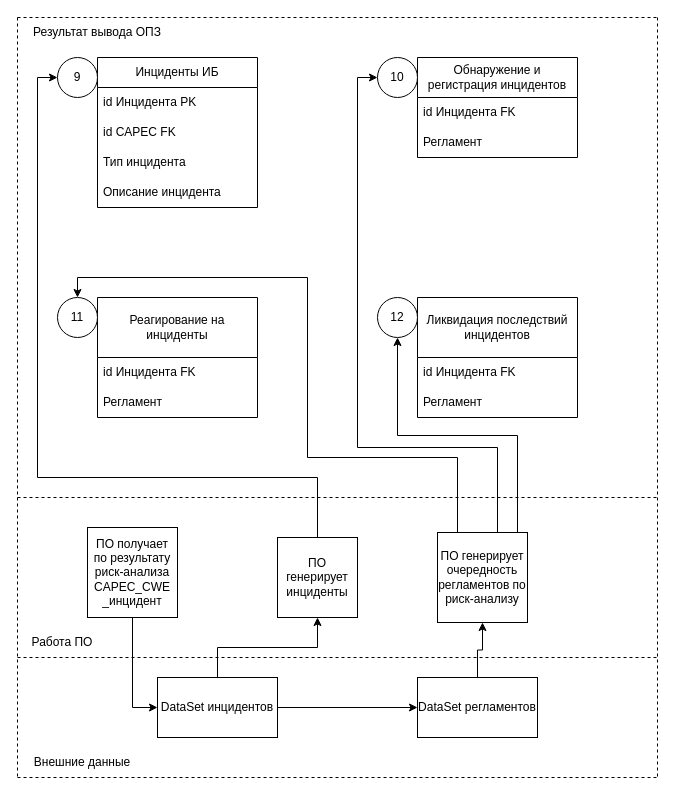
Earlier version of the draw.io diagram New_Shema_OPZ/(Обновленная схема ОПЗ) Частные регламенты.drawio (SmirnovBogdan8/Diplom). Source tidied: cells renumbered, new cells numbered last; positions are measured from the earlier drawing's top-left corner, leaving out a move shared by most shapes. Both pictures are drawn from the tidied source at 100%, with x=0, y=0 at pixel (17, 17).
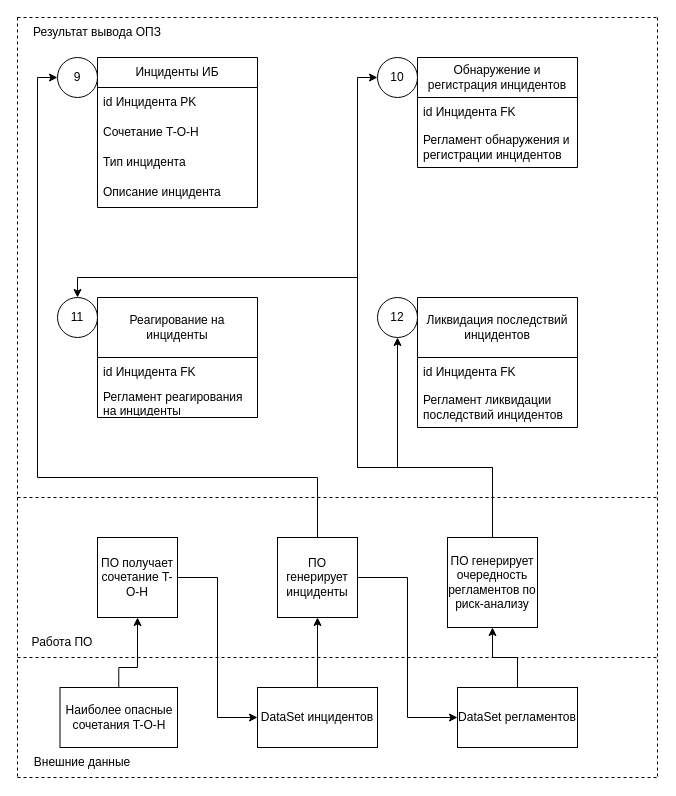
The same page after the edit.

The change refers to these unchanged cells:
```xml
<mxCell id="9" value="Инциденты ИБ" style="swimlane;fontStyle=0;horizontal=1;startSize=30;whiteSpace=wrap;html=1;" parent="1" vertex="1">
  <mxGeometry x="80" y="40" width="160" height="150" as="geometry" />
</mxCell>
<mxCell id="14" value="Реагирование на инциденты" style="swimlane;fontStyle=0;horizontal=1;startSize=60;whiteSpace=wrap;html=1;" parent="1" vertex="1">
  <mxGeometry x="80" y="280" width="160" height="120" as="geometry" />
</mxCell>
<mxCell id="21" value="10" style="ellipse;whiteSpace=wrap;html=1;" parent="1" vertex="1">
  <mxGeometry x="360" y="40" width="40" height="40" as="geometry" />
</mxCell>
<mxCell id="22" value="11" style="ellipse;whiteSpace=wrap;html=1;" parent="1" vertex="1">
  <mxGeometry x="40" y="280" width="40" height="40" as="geometry" />
</mxCell>
<mxCell id="23" value="12" style="ellipse;whiteSpace=wrap;html=1;" parent="1" vertex="1">
  <mxGeometry x="360" y="280" width="40" height="40" as="geometry" />
</mxCell>
<mxCell id="35" value="ПО генерирует инциденты" style="whiteSpace=wrap;html=1;" parent="1" vertex="1">
  <mxGeometry x="260" y="520" width="80" height="80" as="geometry" />
</mxCell>
```

What changed in the source:
```diff
@@
     <mxCell id="6" value="Обнаружение и регистрация инцидентов" style="swimlane;fontStyle=0;horizontal=1;startSize=40;whiteSpace=wrap;html=1;" parent="1" vertex="1">
-      <mxGeometry x="400" y="40" width="160" height="100" as="geometry" />
+      <mxGeometry x="400" y="40" width="160" height="110" as="geometry" />
     </mxCell>
@@
-    <mxCell id="8" value="Регламент" style="text;strokeColor=none;fillColor=none;align=left;verticalAlign=middle;spacingLeft=4;spacingRight=4;overflow=hidden;whiteSpace=wrap;html=1;" parent="6" vertex="1">
-      <mxGeometry y="70" width="160" height="30" as="geometry" />
+    <mxCell id="8" value="Регламент о&lt;span style=&quot;text-align: center;&quot;&gt;бнаружения и регистрации инцидентов&lt;/span&gt;" style="text;strokeColor=none;fillColor=none;align=left;verticalAlign=middle;spacingLeft=4;spacingRight=4;overflow=hidden;whiteSpace=wrap;html=1;" parent="6" vertex="1">
+      <mxGeometry y="70" width="160" height="40" as="geometry" />
     </mxCell>
@@
-    <mxCell id="11" value="id CAPEC FK" style="text;strokeColor=none;fillColor=none;align=left;verticalAlign=middle;spacingLeft=4;spacingRight=4;overflow=hidden;whiteSpace=wrap;html=1;" parent="9" vertex="1">
+    <mxCell id="11" value="Сочетание T-O-H" style="text;strokeColor=none;fillColor=none;align=left;verticalAlign=middle;spacingLeft=4;spacingRight=4;overflow=hidden;whiteSpace=wrap;html=1;" parent="9" vertex="1">
       <mxGeometry y="60" width="160" height="30" as="geometry" />
     </mxCell>
@@
-    <mxCell id="16" value="Регламент" style="text;strokeColor=none;fillColor=none;align=left;verticalAlign=middle;spacingLeft=4;spacingRight=4;overflow=hidden;whiteSpace=wrap;html=1;" parent="14" vertex="1">
+    <mxCell id="16" value="Регламент р&lt;span style=&quot;text-align: center;&quot;&gt;еагирования на инциденты&lt;/span&gt;" style="text;strokeColor=none;fillColor=none;align=left;verticalAlign=middle;spacingLeft=4;spacingRight=4;overflow=hidden;whiteSpace=wrap;html=1;" parent="14" vertex="1">
       <mxGeometry y="90" width="160" height="30" as="geometry" />
     </mxCell>
     <mxCell id="17" value="Ликвидация последствий инцидентов" style="swimlane;fontStyle=0;horizontal=1;startSize=60;whiteSpace=wrap;html=1;" parent="1" vertex="1">
-      <mxGeometry x="400" y="280" width="160" height="120" as="geometry" />
+      <mxGeometry x="400" y="280" width="160" height="130" as="geometry" />
     </mxCell>
@@
-    <mxCell id="19" value="Регламент" style="text;strokeColor=none;fillColor=none;align=left;verticalAlign=middle;spacingLeft=4;spacingRight=4;overflow=hidden;whiteSpace=wrap;html=1;" parent="17" vertex="1">
-      <mxGeometry y="90" width="160" height="30" as="geometry" />
+    <mxCell id="19" value="Регламент л&lt;span style=&quot;text-align: center;&quot;&gt;иквидации последствий инцидентов&lt;/span&gt;" style="text;strokeColor=none;fillColor=none;align=left;verticalAlign=middle;spacingLeft=4;spacingRight=4;overflow=hidden;whiteSpace=wrap;html=1;" parent="17" vertex="1">
+      <mxGeometry y="90" width="160" height="40" as="geometry" />
     </mxCell>
@@
-    <mxCell id="29" style="edgeStyle=orthogonalEdgeStyle;rounded=0;jettySize=auto;html=1;exitX=0.5;exitY=0;exitDx=0;exitDy=0;entryX=0.5;entryY=1;entryDx=0;entryDy=0;" parent="1" edge="1" source="31" target="35">
+    <mxCell id="29" style="edgeStyle=orthogonalEdgeStyle;rounded=0;jettySize=auto;html=1;" parent="1" edge="1" source="31" target="35">
       <mxGeometry relative="1" as="geometry" />
     </mxCell>
-    <mxCell id="30" style="edgeStyle=orthogonalEdgeStyle;rounded=0;jettySize=auto;html=1;entryX=0;entryY=0.5;entryDx=0;entryDy=0;" parent="1" edge="1" source="31" target="37">
-      <mxGeometry relative="1" as="geometry" />
-    </mxCell>
     <mxCell id="31" value="DataSet инцидентов" style="rounded=0;whiteSpace=wrap;html=1;" parent="1" vertex="1">
-      <mxGeometry x="140" y="660" width="120" height="60" as="geometry" />
+      <mxGeometry x="240" y="670" width="120" height="60" as="geometry" />
     </mxCell>
-    <mxCell id="32" style="edgeStyle=orthogonalEdgeStyle;rounded=0;jettySize=auto;html=1;exitX=0.5;exitY=1;exitDx=0;exitDy=0;entryX=0;entryY=0.5;entryDx=0;entryDy=0;" parent="1" edge="1" source="33" target="31">
-      <mxGeometry relative="1" as="geometry" />
-    </mxCell>
-    <mxCell id="33" value="ПО получает по результату риск-анализа CAPEC_CWE&lt;div&gt;_инцидент&lt;/div&gt;" style="whiteSpace=wrap;html=1;" parent="1" vertex="1">
-      <mxGeometry x="70" y="510" width="90" height="90" as="geometry" />
-    </mxCell>
@@
+    <mxCell id="42" style="edgeStyle=orthogonalEdgeStyle;rounded=0;jettySize=auto;html=1;entryX=0;entryY=0.5;entryDx=0;entryDy=0;" parent="1" edge="1" source="35" target="37">
+      <mxGeometry relative="1" as="geometry" />
+    </mxCell>
@@
-    <mxCell id="36" style="edgeStyle=orthogonalEdgeStyle;rounded=0;jettySize=auto;html=1;exitX=0.5;exitY=0;exitDx=0;exitDy=0;entryX=0.5;entryY=1;entryDx=0;entryDy=0;" parent="1" edge="1" source="37" target="41">
+    <mxCell id="36" style="edgeStyle=orthogonalEdgeStyle;rounded=0;jettySize=auto;html=1;" parent="1" edge="1" source="37" target="41">
       <mxGeometry relative="1" as="geometry" />
     </mxCell>
     <mxCell id="37" value="DataSet регламентов" style="rounded=0;whiteSpace=wrap;html=1;" parent="1" vertex="1">
-      <mxGeometry x="400" y="660" width="120" height="60" as="geometry" />
+      <mxGeometry x="440" y="670" width="120" height="60" as="geometry" />
     </mxCell>
+    <mxCell id="39" style="edgeStyle=orthogonalEdgeStyle;rounded=0;jettySize=auto;html=1;exitX=0.5;exitY=0;exitDx=0;exitDy=0;entryX=0;entryY=0.5;entryDx=0;entryDy=0;" parent="1" edge="1" source="41" target="21">
+      <mxGeometry relative="1" as="geometry">
+        <Array as="points">
+          <mxPoint x="475" y="450" />
+          <mxPoint x="340" y="450" />
+          <mxPoint x="340" y="60" />
+        </Array>
+      </mxGeometry>
+    </mxCell>
     <mxCell id="38" style="edgeStyle=orthogonalEdgeStyle;rounded=0;jettySize=auto;html=1;exitX=0.5;exitY=0;exitDx=0;exitDy=0;entryX=0.5;entryY=1;entryDx=0;entryDy=0;" parent="1" edge="1" source="41" target="23">
       <mxGeometry relative="1" as="geometry">
         <Array as="points">
-          <mxPoint x="500" y="515" />
-          <mxPoint x="500" y="418" />
-          <mxPoint x="380" y="418" />
+          <mxPoint x="475" y="450" />
+          <mxPoint x="380" y="450" />
         </Array>
       </mxGeometry>
     </mxCell>
-    <mxCell id="39" style="edgeStyle=orthogonalEdgeStyle;rounded=0;jettySize=auto;html=1;exitX=0.5;exitY=0;exitDx=0;exitDy=0;entryX=0;entryY=0.5;entryDx=0;entryDy=0;" parent="1" edge="1" source="41" target="21">
-      <mxGeometry relative="1" as="geometry">
-        <Array as="points">
-          <mxPoint x="480" y="430" />
-          <mxPoint x="340" y="430" />
-          <mxPoint x="340" y="60" />
-        </Array>
-      </mxGeometry>
-    </mxCell>
-    <mxCell id="40" style="edgeStyle=orthogonalEdgeStyle;rounded=0;jettySize=auto;html=1;exitX=0;exitY=0.5;exitDx=0;exitDy=0;entryX=0.5;entryY=0;entryDx=0;entryDy=0;" parent="1" edge="1" source="41" target="22">
+    <mxCell id="40" style="edgeStyle=orthogonalEdgeStyle;rounded=0;jettySize=auto;html=1;exitX=0.5;exitY=0;exitDx=0;exitDy=0;entryX=0.5;entryY=0;entryDx=0;entryDy=0;" parent="1" edge="1" source="41" target="22">
       <mxGeometry relative="1" as="geometry">
         <Array as="points">
-          <mxPoint x="440" y="440" />
-          <mxPoint x="290" y="440" />
-          <mxPoint x="290" y="260" />
+          <mxPoint x="475" y="450" />
+          <mxPoint x="340" y="450" />
+          <mxPoint x="340" y="260" />
           <mxPoint x="60" y="260" />
         </Array>
       </mxGeometry>
     </mxCell>
     <mxCell id="41" value="ПО генерирует очередность регламентов по риск-анализу" style="whiteSpace=wrap;html=1;" parent="1" vertex="1">
-      <mxGeometry x="420" y="515" width="90" height="90" as="geometry" />
+      <mxGeometry x="430" y="520" width="90" height="90" as="geometry" />
     </mxCell>
+    <mxCell id="43" style="edgeStyle=orthogonalEdgeStyle;rounded=0;jettySize=auto;html=1;exitX=0.5;exitY=0;exitDx=0;exitDy=0;entryX=0.5;entryY=1;entryDx=0;entryDy=0;" parent="1" edge="1" source="44" target="46">
+      <mxGeometry relative="1" as="geometry">
+        <Array as="points">
+          <mxPoint x="101" y="650" />
+          <mxPoint x="120" y="650" />
+        </Array>
+      </mxGeometry>
+    </mxCell>
+    <mxCell id="44" value="Наиболее опасные сочетания T-O-Н" style="rounded=0;whiteSpace=wrap;html=1;" parent="1" vertex="1">
+      <mxGeometry x="42.5" y="670" width="117.5" height="60" as="geometry" />
+    </mxCell>
+    <mxCell id="45" style="edgeStyle=orthogonalEdgeStyle;rounded=0;jettySize=auto;html=1;entryX=0;entryY=0.5;entryDx=0;entryDy=0;" parent="1" edge="1" source="46" target="31">
+      <mxGeometry relative="1" as="geometry" />
+    </mxCell>
+    <mxCell id="46" value="ПО получает сочетание T-O-Н" style="whiteSpace=wrap;html=1;" parent="1" vertex="1">
+      <mxGeometry x="80" y="520" width="80" height="80" as="geometry" />
+    </mxCell>
```
